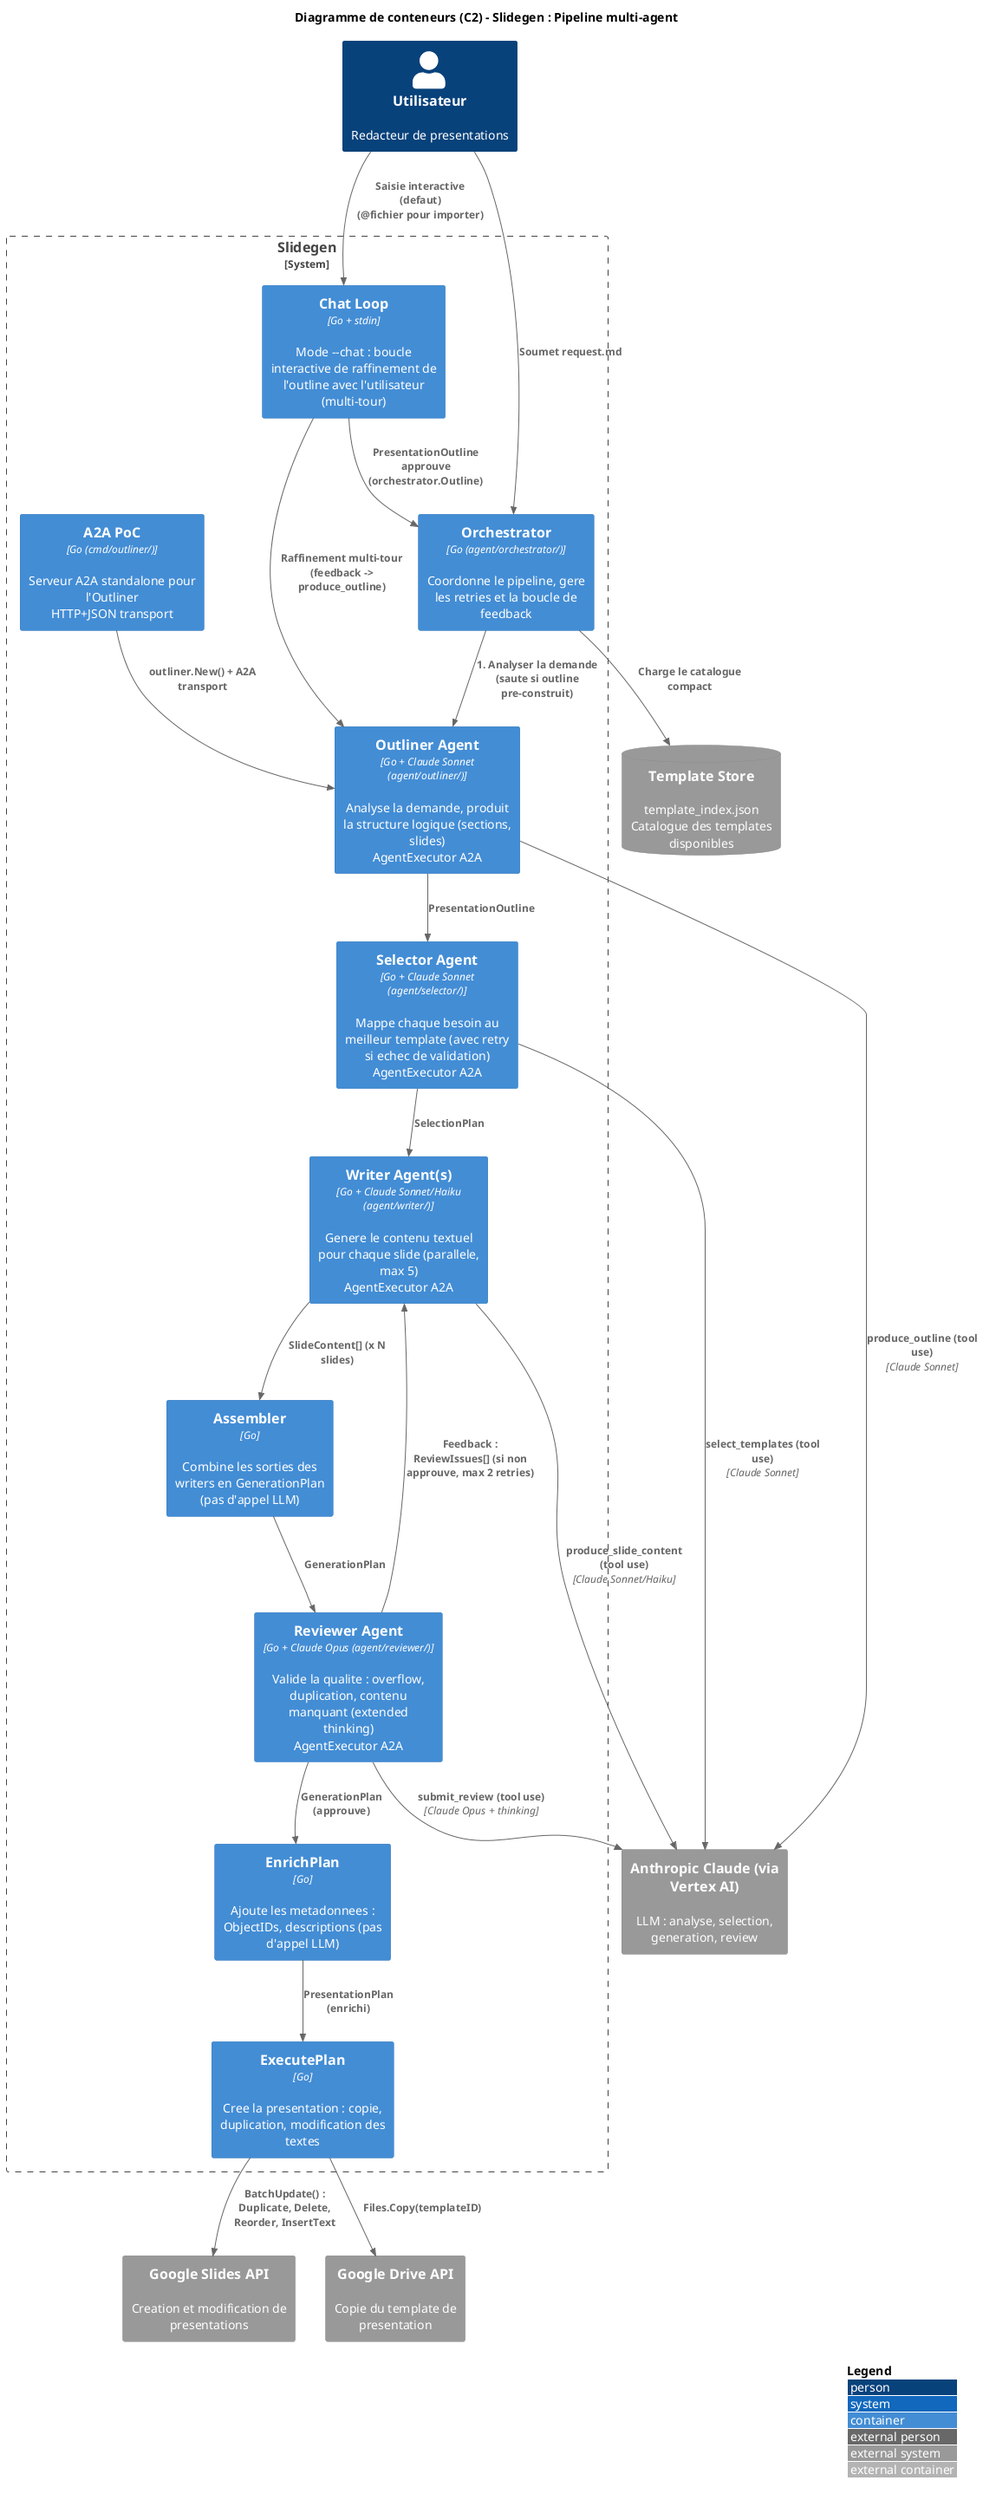
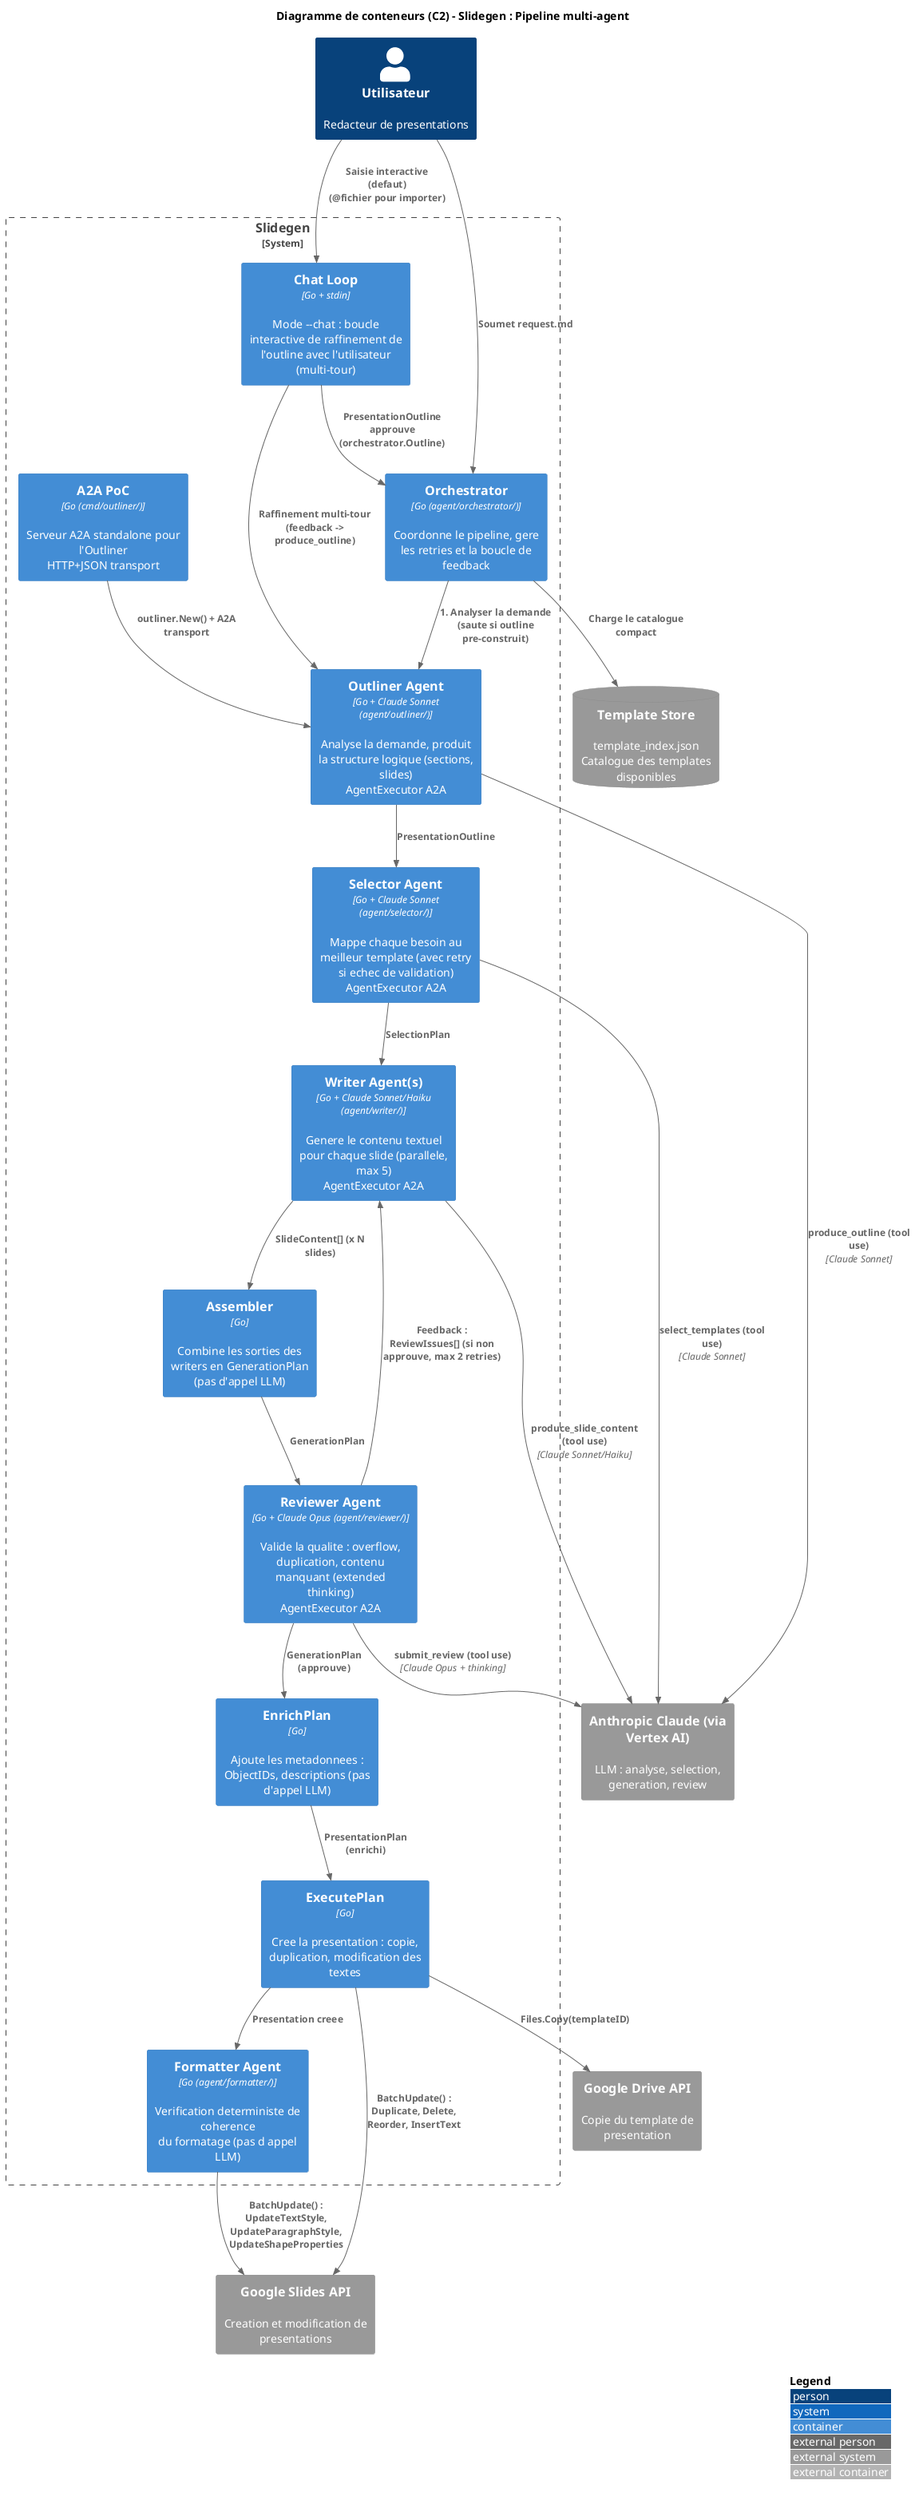
@startuml c2-slidegen
!include <C4/C4_Container>

LAYOUT_WITH_LEGEND()

title Diagramme de conteneurs (C2) - Slidegen : Pipeline multi-agent

Person(user, "Utilisateur", "Redacteur de presentations")

System_Ext(vertexai, "Anthropic Claude (via Vertex AI)", "LLM : analyse, selection, generation, review")
System_Ext(slidesapi, "Google Slides API", "Creation et modification de presentations")
System_Ext(driveapi, "Google Drive API", "Copie du template de presentation")

SystemDb_Ext(store, "Template Store", "template_index.json\nCatalogue des templates disponibles")

System_Boundary(slidegen, "Slidegen") {

    Container(chatloop, "Chat Loop", "Go + stdin", "Mode --chat : boucle interactive de raffinement de l'outline avec l'utilisateur (multi-tour)")

    Container(orch, "Orchestrator", "Go (agent/orchestrator/)", "Coordonne le pipeline, gere les retries et la boucle de feedback")

    Container(outliner, "Outliner Agent", "Go + Claude Sonnet (agent/outliner/)", "Analyse la demande, produit la structure logique (sections, slides)\nAgentExecutor A2A")

    Container(selector, "Selector Agent", "Go + Claude Sonnet (agent/selector/)", "Mappe chaque besoin au meilleur template (avec retry si echec de validation)\nAgentExecutor A2A")

    Container(writer, "Writer Agent(s)", "Go + Claude Sonnet/Haiku (agent/writer/)", "Genere le contenu textuel pour chaque slide (parallele, max 5)\nAgentExecutor A2A")

    Container(assembler, "Assembler", "Go", "Combine les sorties des writers en GenerationPlan (pas d'appel LLM)")

    Container(reviewer, "Reviewer Agent", "Go + Claude Opus (agent/reviewer/)", "Valide la qualite : overflow, duplication, contenu manquant (extended thinking)\nAgentExecutor A2A")

    Container(enrich, "EnrichPlan", "Go", "Ajoute les metadonnees : ObjectIDs, descriptions (pas d'appel LLM)")

    Container(execute, "ExecutePlan", "Go", "Cree la presentation : copie, duplication, modification des textes")

+     Container(formatter, "Formatter Agent", "Go (agent/formatter/)", "Verification deterministe de coherence\ndu formatage (pas d appel LLM)")
+ 
    Container(a2apoc, "A2A PoC", "Go (cmd/outliner/)", "Serveur A2A standalone pour l'Outliner\nHTTP+JSON transport")
}

Rel(user, orch, "Soumet request.md")
Rel(user, chatloop, "Saisie interactive (defaut)\n(@fichier pour importer)")
Rel(chatloop, outliner, "Raffinement multi-tour\n(feedback -> produce_outline)")
Rel(chatloop, orch, "PresentationOutline approuve\n(orchestrator.Outline)")
Rel(orch, store, "Charge le catalogue compact")

Rel(orch, outliner, "1. Analyser la demande\n(saute si outline pre-construit)")
Rel(outliner, selector, "PresentationOutline")
Rel(selector, writer, "SelectionPlan")
Rel(writer, assembler, "SlideContent[] (x N slides)")
Rel(assembler, reviewer, "GenerationPlan")

Rel_Back(writer, reviewer, "Feedback : ReviewIssues[] (si non approuve, max 2 retries)")

Rel(reviewer, enrich, "GenerationPlan (approuve)")
Rel(enrich, execute, "PresentationPlan (enrichi)")

+ Rel(execute, formatter, "Presentation creee")
+ Rel(formatter, slidesapi, "BatchUpdate() :\nUpdateTextStyle,\nUpdateParagraphStyle,\nUpdateShapeProperties")
+ 
Rel(outliner, vertexai, "produce_outline (tool use)", "Claude Sonnet")
Rel(selector, vertexai, "select_templates (tool use)", "Claude Sonnet")
Rel(writer, vertexai, "produce_slide_content (tool use)", "Claude Sonnet/Haiku")
Rel(reviewer, vertexai, "submit_review (tool use)", "Claude Opus + thinking")

Rel(execute, driveapi, "Files.Copy(templateID)")
Rel(execute, slidesapi, "BatchUpdate() : Duplicate, Delete, Reorder, InsertText")

Rel(a2apoc, outliner, "outliner.New() + A2A transport")

@enduml
